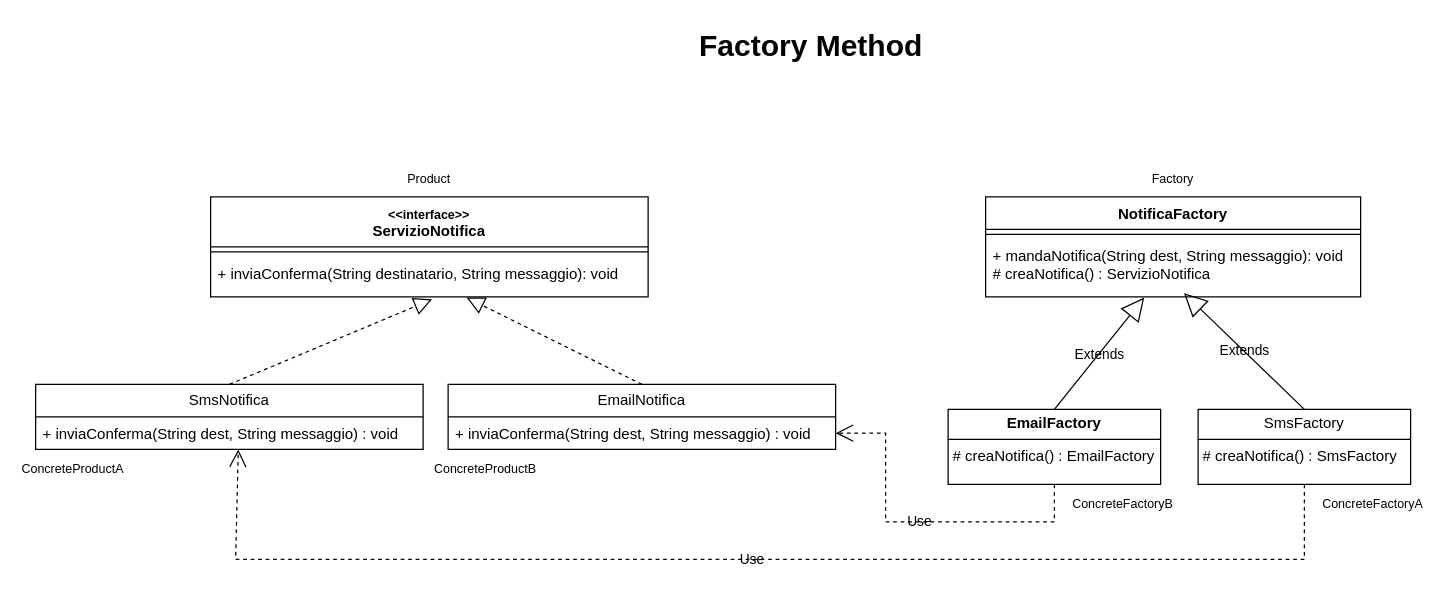
Earlier version of the draw.io diagram page "Factory Method" (3 of 3) of docs/diagrams/BikeRent.drawio (antoSWN/BikeRent). Source tidied: cells renumbered, new cells numbered last; positions are measured from the earlier drawing's top-left corner, leaving out a move shared by most shapes. Both pictures are drawn from the tidied source at 125%, with x=0, y=0 at pixel (35, 21).
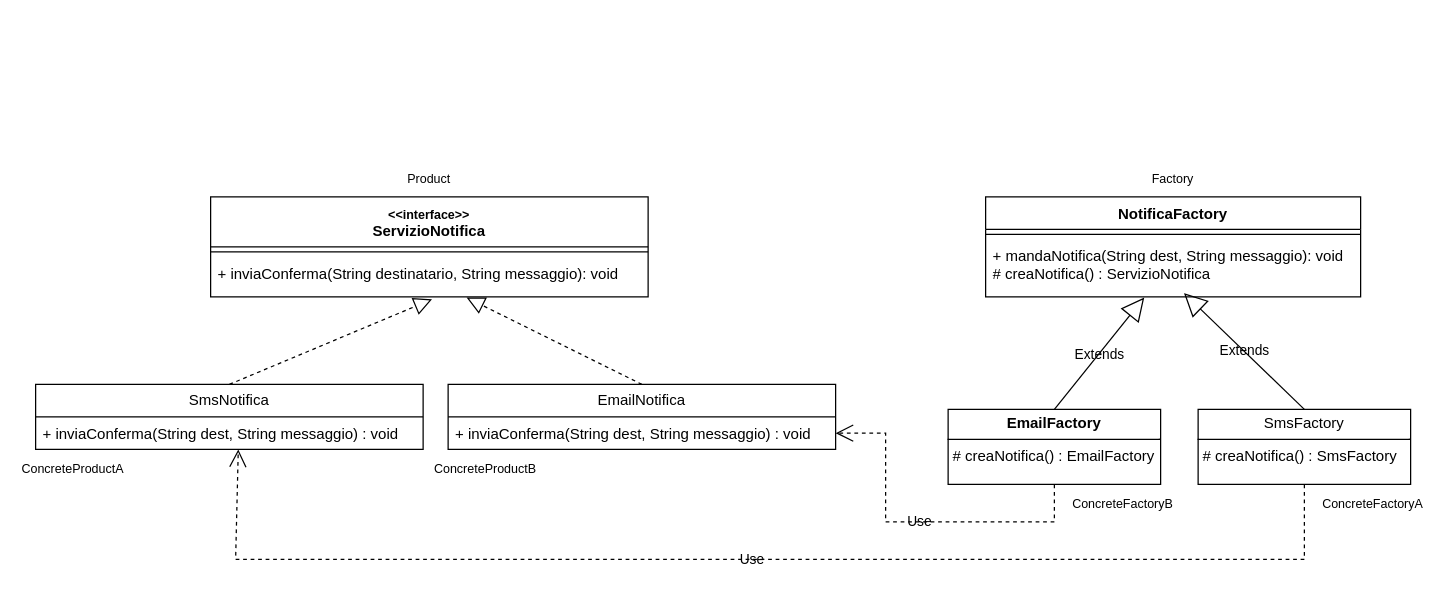
The same page after the edit.

Diff of the diagram source:
```diff
@@
-    <mxCell id="20" value="Factory Method" style="text;html=1;fontSize=24;fontStyle=1;verticalAlign=middle;align=center;labelBackgroundColor=none;rounded=0;" parent="1" vertex="1">
-      <mxGeometry x="570" width="100" height="40" as="geometry" />
-    </mxCell>
```
